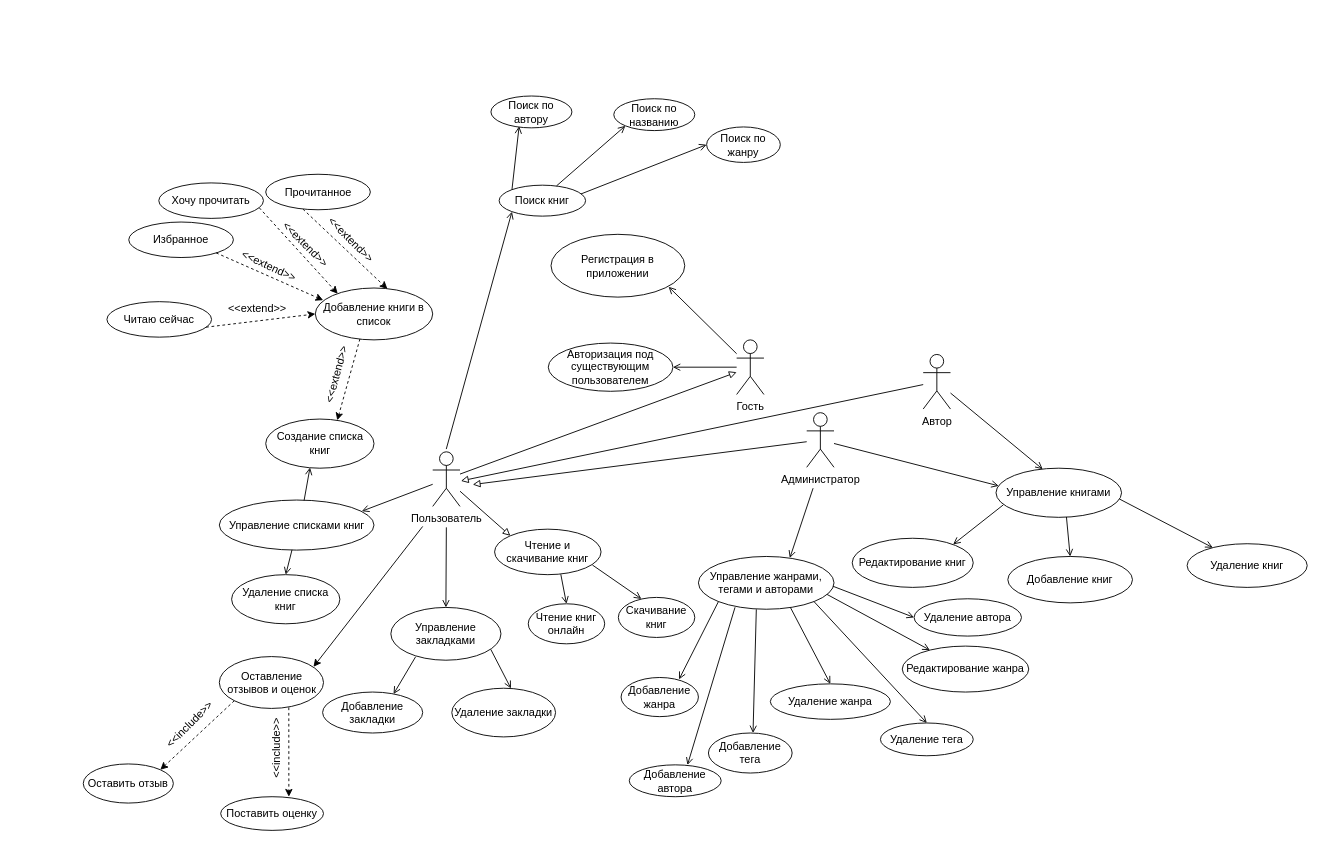
Above: 4 COURSE/KP 4-1/use-case.drawio in Halwahm/Univer (draw.io), before the change. Source tidied: cells renumbered, new cells numbered last; positions are measured from the earlier drawing's top-left corner, leaving out a move shared by most shapes. Both pictures are drawn from the tidied source at 91%, with x=0, y=0 at pixel (83, 96).
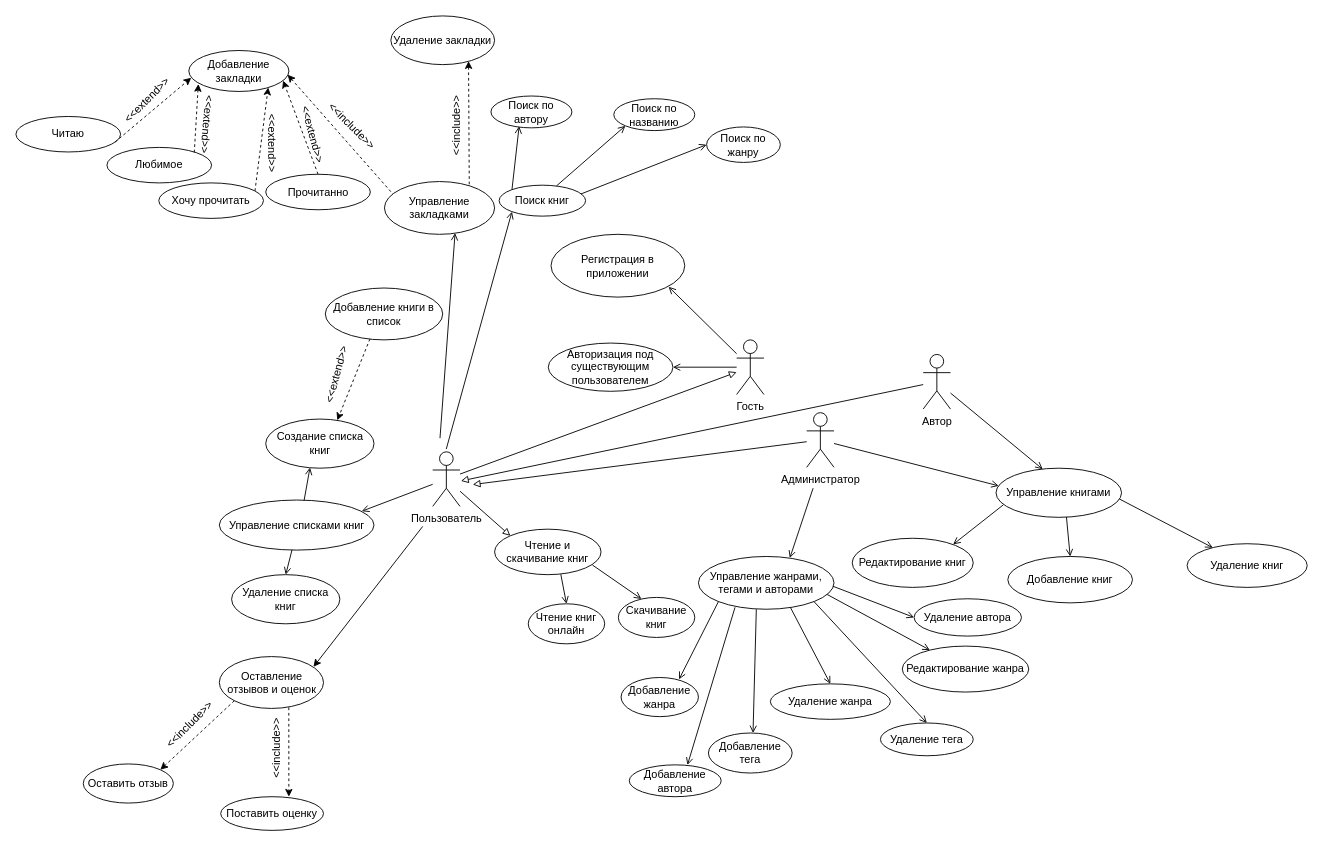
The same diagram, later.

The change refers to these unchanged cells:
```xml
<mxCell id="78" value="Хочу прочитать" style="ellipse;whiteSpace=wrap;html=1;" parent="1" vertex="1">
  <mxGeometry x="83" y="95.5" width="115" height="39" as="geometry" />
</mxCell>
```

The edit, as a diff of the source:
```diff
@@
     <mxCell id="18" value="Добавление книги в список" style="ellipse;whiteSpace=wrap;html=1;" parent="1" vertex="1">
-      <mxGeometry x="255" y="211" width="129" height="57" as="geometry" />
+      <mxGeometry x="266" y="211" width="129" height="57" as="geometry" />
     </mxCell>
@@
     <mxCell id="30" value="Управление закладками" style="ellipse;whiteSpace=wrap;html=1;" parent="1" vertex="1">
-      <mxGeometry x="338" y="562" width="121" height="58" as="geometry" />
+      <mxGeometry x="331" y="94" width="121" height="58" as="geometry" />
     </mxCell>
     <mxCell id="31" value="Добавление закладки" style="ellipse;whiteSpace=wrap;html=1;" parent="1" vertex="1">
-      <mxGeometry x="263" y="655" width="110" height="45" as="geometry" />
+      <mxGeometry x="116" y="-50" width="110" height="45" as="geometry" />
     </mxCell>
     <mxCell id="32" value="Удаление закладки" style="ellipse;whiteSpace=wrap;html=1;" parent="1" vertex="1">
-      <mxGeometry x="405" y="650.8" width="114" height="53.5" as="geometry" />
+      <mxGeometry x="338" y="-88" width="114" height="53.5" as="geometry" />
     </mxCell>
-    <mxCell id="33" style="endArrow=none;html=1;rounded=0;entryX=0.225;entryY=0.935;entryDx=0;entryDy=0;entryPerimeter=0;exitX=0.709;exitY=0.048;exitDx=0;exitDy=0;exitPerimeter=0;endFill=0;startArrow=open;startFill=0;" parent="1" edge="1" source="31" target="30">
+    <mxCell id="33" style="endArrow=none;html=1;rounded=0;entryX=0.076;entryY=0.235;entryDx=0;entryDy=0;entryPerimeter=0;exitX=0.987;exitY=0.591;exitDx=0;exitDy=0;exitPerimeter=0;endFill=0;startArrow=classic;startFill=1;dashed=1;" parent="1" edge="1" source="31" target="30">
       <mxGeometry relative="1" as="geometry" />
     </mxCell>
-    <mxCell id="34" style="endArrow=none;html=1;rounded=0;exitX=0.57;exitY=0.005;exitDx=0;exitDy=0;exitPerimeter=0;entryX=0.908;entryY=0.796;entryDx=0;entryDy=0;entryPerimeter=0;endFill=0;startArrow=open;startFill=0;strokeColor=default;align=center;verticalAlign=middle;fontFamily=Helvetica;fontSize=11;fontColor=default;labelBackgroundColor=default;" parent="1" edge="1" source="32" target="30">
+    <mxCell id="34" style="endArrow=none;html=1;rounded=0;exitX=0.749;exitY=0.929;exitDx=0;exitDy=0;exitPerimeter=0;endFill=0;startArrow=classic;startFill=1;strokeColor=default;align=center;verticalAlign=middle;fontFamily=Helvetica;fontSize=11;fontColor=default;labelBackgroundColor=default;entryX=0.77;entryY=0.077;entryDx=0;entryDy=0;entryPerimeter=0;dashed=1;" parent="1" edge="1" source="32" target="30">
       <mxGeometry relative="1" as="geometry" />
     </mxCell>
-    <mxCell id="35" style="endArrow=classic;html=1;rounded=0;entryX=0.614;entryY=0.017;entryDx=0;entryDy=0;dashed=1;entryPerimeter=0;exitX=0.355;exitY=0.98;exitDx=0;exitDy=0;exitPerimeter=0;" parent="1" edge="1" source="77" target="18">
+    <mxCell id="35" style="endArrow=classic;html=1;rounded=0;dashed=1;exitX=0.5;exitY=0;exitDx=0;exitDy=0;entryX=0.942;entryY=0.734;entryDx=0;entryDy=0;entryPerimeter=0;" parent="1" edge="1" source="77" target="31">
       <mxGeometry relative="1" as="geometry" />
     </mxCell>
-    <mxCell id="36" value="&amp;lt;&amp;lt;extend&amp;gt;&amp;gt;" style="text;html=1;align=center;verticalAlign=middle;strokeColor=none;fillColor=none;rotation=45;" parent="1" vertex="1">
-      <mxGeometry x="253" y="145" width="82" height="26" as="geometry" />
+    <mxCell id="36" value="&amp;lt;&amp;lt;extend&amp;gt;&amp;gt;" style="text;html=1;align=center;verticalAlign=middle;strokeColor=none;fillColor=none;rotation=75;" parent="1" vertex="1">
+      <mxGeometry x="211" y="29" width="82" height="26" as="geometry" />
     </mxCell>
-    <mxCell id="37" style="endArrow=open;html=1;rounded=0;entryX=0.5;entryY=0;entryDx=0;entryDy=0;endFill=0;" parent="1" edge="1" target="30">
+    <mxCell id="37" style="endArrow=open;html=1;rounded=0;entryX=0.641;entryY=0.976;entryDx=0;entryDy=0;endFill=0;entryPerimeter=0;" parent="1" edge="1" target="30">
       <mxGeometry relative="1" as="geometry">
-        <mxPoint x="399" y="474" as="sourcePoint" />
+        <mxPoint x="392" y="376" as="sourcePoint" />
       </mxGeometry>
     </mxCell>
@@
-    <mxCell id="77" value="Прочитанное" style="ellipse;whiteSpace=wrap;html=1;" parent="1" vertex="1">
+    <mxCell id="77" value="Прочитанно" style="ellipse;whiteSpace=wrap;html=1;" parent="1" vertex="1">
       <mxGeometry x="200.5" y="86" width="115" height="39" as="geometry" />
     </mxCell>
@@
-    <mxCell id="79" style="endArrow=classic;html=1;rounded=0;entryX=0.191;entryY=0.11;entryDx=0;entryDy=0;dashed=1;entryPerimeter=0;exitX=0.96;exitY=0.701;exitDx=0;exitDy=0;exitPerimeter=0;" parent="1" edge="1" source="78" target="18">
+    <mxCell id="79" style="endArrow=classic;html=1;rounded=0;entryX=0.793;entryY=0.903;entryDx=0;entryDy=0;dashed=1;entryPerimeter=0;exitX=0.919;exitY=0.227;exitDx=0;exitDy=0;exitPerimeter=0;" parent="1" edge="1" source="78" target="31">
       <mxGeometry relative="1" as="geometry" />
     </mxCell>
-    <mxCell id="80" value="&amp;lt;&amp;lt;extend&amp;gt;&amp;gt;" style="text;html=1;align=center;verticalAlign=middle;strokeColor=none;fillColor=none;rotation=45;" parent="1" vertex="1">
-      <mxGeometry x="203" y="150" width="82" height="26" as="geometry" />
+    <mxCell id="80" value="&amp;lt;&amp;lt;extend&amp;gt;&amp;gt;" style="text;html=1;align=center;verticalAlign=middle;strokeColor=none;fillColor=none;rotation=90;" parent="1" vertex="1">
+      <mxGeometry x="166.5" y="38" width="82" height="26" as="geometry" />
     </mxCell>
-    <mxCell id="81" value="Избранное" style="ellipse;whiteSpace=wrap;html=1;" parent="1" vertex="1">
-      <mxGeometry x="50" y="138.5" width="115" height="39" as="geometry" />
+    <mxCell id="81" value="Любимое" style="ellipse;whiteSpace=wrap;html=1;" parent="1" vertex="1">
+      <mxGeometry x="26" y="56.5" width="115" height="39" as="geometry" />
     </mxCell>
-    <mxCell id="82" style="endArrow=classic;html=1;rounded=0;entryX=0.067;entryY=0.235;entryDx=0;entryDy=0;dashed=1;entryPerimeter=0;exitX=0.835;exitY=0.869;exitDx=0;exitDy=0;exitPerimeter=0;" parent="1" edge="1" source="81" target="18">
-      <mxGeometry relative="1" as="geometry" />
+    <mxCell id="82" style="endArrow=classic;html=1;rounded=0;entryX=0.095;entryY=0.818;entryDx=0;entryDy=0;dashed=1;entryPerimeter=0;" parent="1" edge="1" target="31">
+      <mxGeometry relative="1" as="geometry">
+        <mxPoint x="122" y="62" as="sourcePoint" />
+      </mxGeometry>
     </mxCell>
-    <mxCell id="83" value="&amp;lt;&amp;lt;extend&amp;gt;&amp;gt;" style="text;html=1;align=center;verticalAlign=middle;strokeColor=none;fillColor=none;rotation=25;" parent="1" vertex="1">
-      <mxGeometry x="163" y="173.5" width="82" height="26" as="geometry" />
+    <mxCell id="83" value="&amp;lt;&amp;lt;extend&amp;gt;&amp;gt;" style="text;html=1;align=center;verticalAlign=middle;strokeColor=none;fillColor=none;rotation=95;" parent="1" vertex="1">
+      <mxGeometry x="95" y="18" width="82" height="26" as="geometry" />
     </mxCell>
-    <mxCell id="84" value="Читаю сейчас" style="ellipse;whiteSpace=wrap;html=1;" parent="1" vertex="1">
-      <mxGeometry x="26" y="226" width="115" height="39" as="geometry" />
+    <mxCell id="84" value="Читаю" style="ellipse;whiteSpace=wrap;html=1;" parent="1" vertex="1">
+      <mxGeometry x="-74" y="22.5" width="115" height="39" as="geometry" />
     </mxCell>
-    <mxCell id="85" style="endArrow=classic;html=1;rounded=0;entryX=0;entryY=0.5;entryDx=0;entryDy=0;dashed=1;exitX=0.948;exitY=0.719;exitDx=0;exitDy=0;exitPerimeter=0;" parent="1" edge="1" source="84" target="18">
+    <mxCell id="85" style="endArrow=classic;html=1;rounded=0;dashed=1;exitX=0.948;exitY=0.719;exitDx=0;exitDy=0;exitPerimeter=0;entryX=0.024;entryY=0.666;entryDx=0;entryDy=0;entryPerimeter=0;" parent="1" edge="1" source="84" target="31">
       <mxGeometry relative="1" as="geometry" />
     </mxCell>
-    <mxCell id="86" value="&amp;lt;&amp;lt;extend&amp;gt;&amp;gt;" style="text;html=1;align=center;verticalAlign=middle;strokeColor=none;fillColor=none;rotation=0;" parent="1" vertex="1">
-      <mxGeometry x="149.5" y="221" width="82" height="26" as="geometry" />
+    <mxCell id="86" value="&amp;lt;&amp;lt;extend&amp;gt;&amp;gt;" style="text;html=1;align=center;verticalAlign=middle;strokeColor=none;fillColor=none;rotation=-45;" parent="1" vertex="1">
+      <mxGeometry x="29" y="-8" width="82" height="26" as="geometry" />
     </mxCell>
+    <mxCell id="87" value="&amp;lt;&amp;lt;include&amp;gt;&amp;gt;" style="text;html=1;align=center;verticalAlign=middle;strokeColor=none;fillColor=none;rotation=-90;" parent="1" vertex="1">
+      <mxGeometry x="368" y="20" width="84" height="26" as="geometry" />
+    </mxCell>
+    <mxCell id="88" value="&amp;lt;&amp;lt;include&amp;gt;&amp;gt;" style="text;html=1;align=center;verticalAlign=middle;strokeColor=none;fillColor=none;rotation=45;" parent="1" vertex="1">
+      <mxGeometry x="253" y="20" width="84" height="26" as="geometry" />
+    </mxCell>
```
